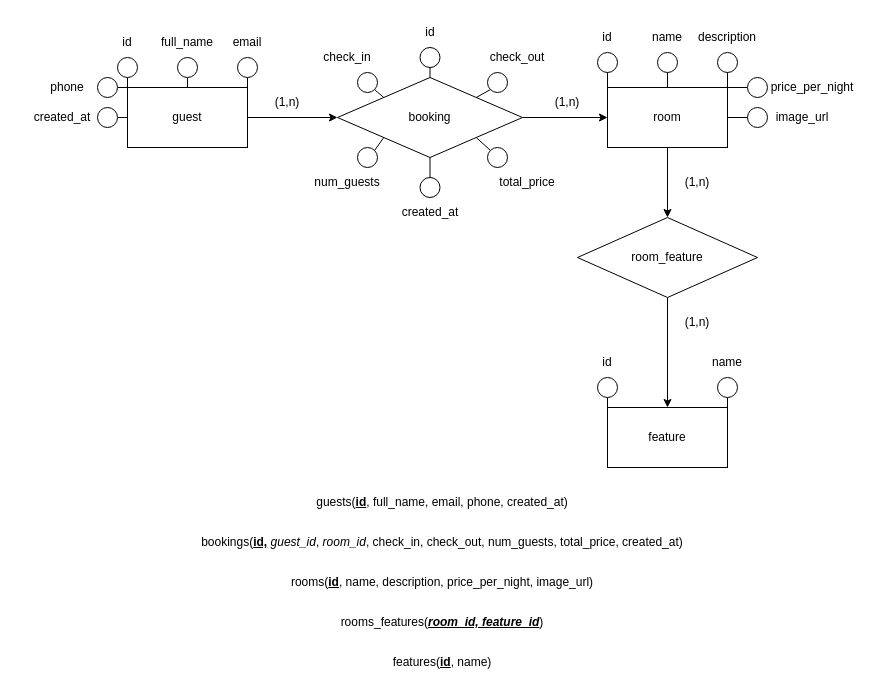
Al3xxrs/luna-bay-resort keeps this draw.io diagram as database/luna-bay-resort.drawio. Above is the earlier version. Source tidied: cells renumbered, new cells numbered last; positions are measured from the earlier drawing's top-left corner, leaving out a move shared by most shapes. Both pictures are drawn from the tidied source at 100%, with x=0, y=0 at pixel (17, 17).
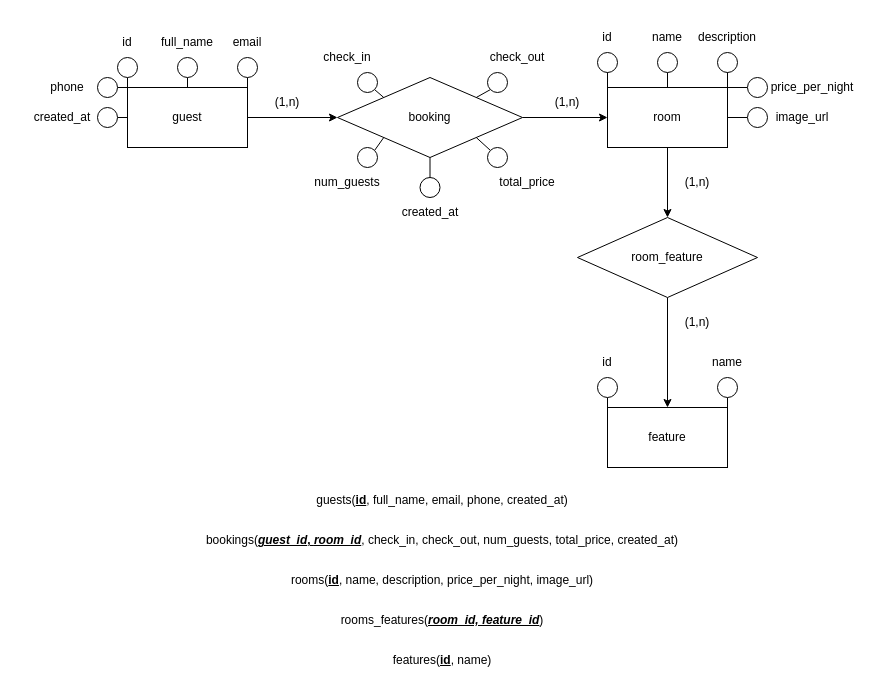
The same page after the edit.

Unchanged cells that the change refers to:
```xml
<mxCell id="20" value="booking" style="rhombus;whiteSpace=wrap;html=1;" parent="1" vertex="1">
  <mxGeometry x="320" y="60" width="185" height="80" as="geometry" />
</mxCell>
```

Diff of the diagram source:
```diff
@@
-    <mxCell id="23" style="endArrow=none;html=1;rounded=0;entryX=0.5;entryY=0;entryDx=0;entryDy=0;exitX=0.5;exitY=1;exitDx=0;exitDy=0;" parent="1" edge="1" source="24" target="20">
-      <mxGeometry relative="1" as="geometry" />
-    </mxCell>
-    <mxCell id="24" style="ellipse;whiteSpace=wrap;html=1;" parent="1" vertex="1">
-      <mxGeometry x="402.5" y="30" width="20" height="20" as="geometry" />
-    </mxCell>
-    <mxCell id="25" value="id" style="text;html=1;align=center;verticalAlign=middle;whiteSpace=wrap;rounded=0;" parent="1" vertex="1">
-      <mxGeometry x="382.5" width="60" height="30" as="geometry" />
-    </mxCell>
@@
     <mxCell id="67" value="guests(&lt;b&gt;&lt;u&gt;id&lt;/u&gt;&lt;/b&gt;, full_name, email, phone, created_at)" style="text;html=1;align=center;verticalAlign=middle;whiteSpace=wrap;rounded=0;" parent="1" vertex="1">
-      <mxGeometry y="470" width="850" height="30" as="geometry" />
+      <mxGeometry y="468" width="850" height="30" as="geometry" />
     </mxCell>
-    <mxCell id="68" value="bookings(&lt;b&gt;&lt;u&gt;id,&lt;/u&gt;&lt;/b&gt;&amp;nbsp;&lt;i&gt;guest_id&lt;/i&gt;, &lt;i&gt;room_id&lt;/i&gt;, check_in, check_out, num_guests, total_price, created_at)" style="text;html=1;align=center;verticalAlign=middle;whiteSpace=wrap;rounded=0;" parent="1" vertex="1">
-      <mxGeometry y="510" width="850" height="30" as="geometry" />
+    <mxCell id="68" value="bookings(&lt;b&gt;&lt;u&gt;&lt;i&gt;guest_id&lt;/i&gt;, &lt;i&gt;room_id&lt;/i&gt;&lt;/u&gt;&lt;/b&gt;, check_in, check_out, num_guests, total_price, created_at)" style="text;html=1;align=center;verticalAlign=middle;whiteSpace=wrap;rounded=0;" parent="1" vertex="1">
+      <mxGeometry y="508" width="850" height="30" as="geometry" />
     </mxCell>
     <mxCell id="69" value="rooms(&lt;u&gt;&lt;b&gt;id&lt;/b&gt;&lt;/u&gt;, name, description, price_per_night, image_url)" style="text;html=1;align=center;verticalAlign=middle;whiteSpace=wrap;rounded=0;" parent="1" vertex="1">
-      <mxGeometry y="550" width="850" height="30" as="geometry" />
+      <mxGeometry y="548" width="850" height="30" as="geometry" />
     </mxCell>
     <mxCell id="70" value="rooms_features(&lt;u&gt;&lt;i&gt;&lt;b&gt;room_id, feature_id&lt;/b&gt;&lt;/i&gt;&lt;/u&gt;)" style="text;html=1;align=center;verticalAlign=middle;whiteSpace=wrap;rounded=0;" parent="1" vertex="1">
-      <mxGeometry y="590" width="850" height="30" as="geometry" />
+      <mxGeometry y="588" width="850" height="30" as="geometry" />
     </mxCell>
     <mxCell id="71" value="features(&lt;b&gt;&lt;u&gt;id&lt;/u&gt;&lt;/b&gt;, name)" style="text;html=1;align=center;verticalAlign=middle;whiteSpace=wrap;rounded=0;" parent="1" vertex="1">
-      <mxGeometry y="630" width="850" height="30" as="geometry" />
+      <mxGeometry y="628" width="850" height="30" as="geometry" />
     </mxCell>
```
